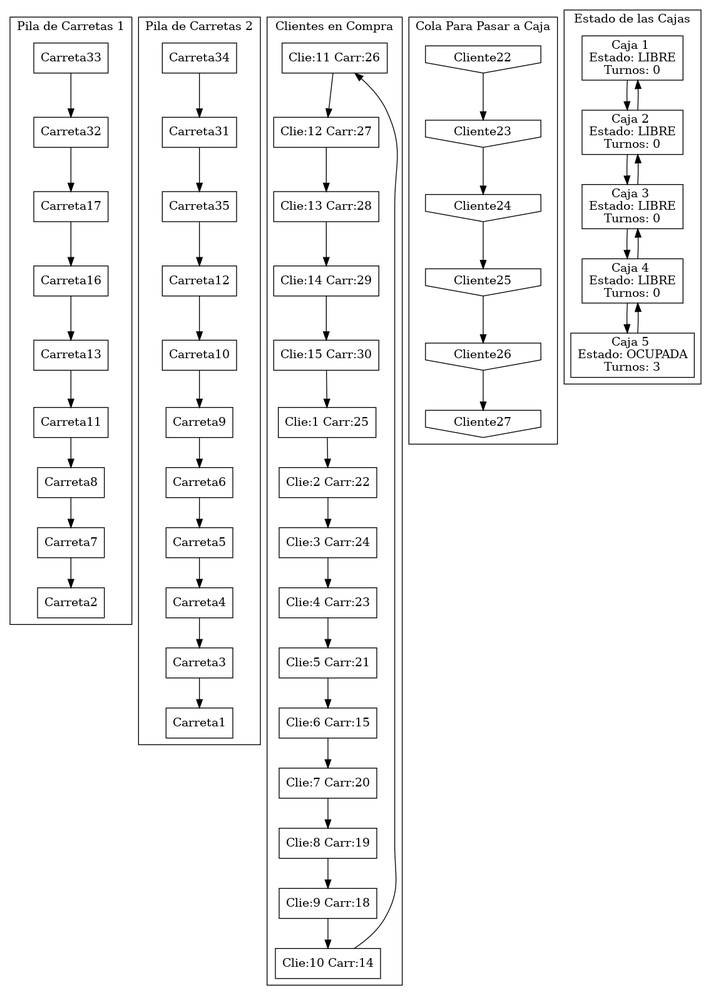
froi0409/SimulacionSupermercado keeps this Graphviz diagram as GraficaSucesos.png. Above is the earlier version. Its source is kept beside it as GraficaSucesos.dot.
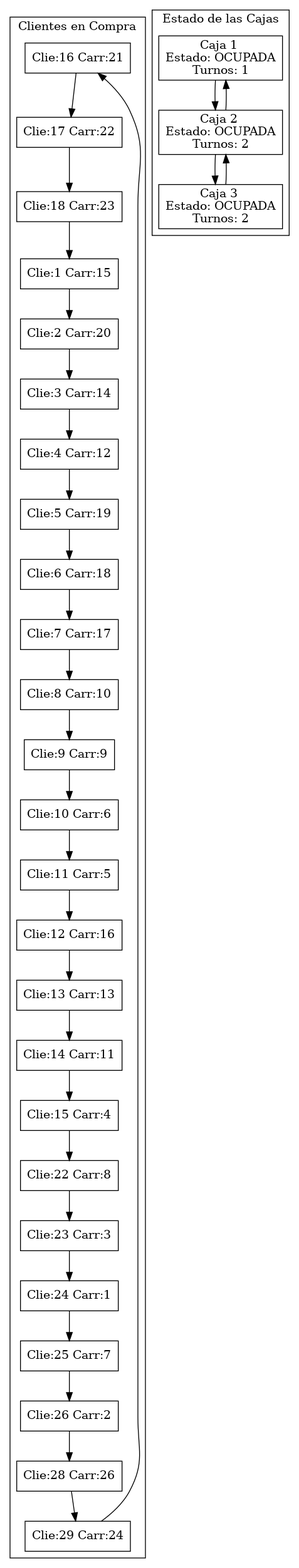
Above is the later version.

Change to the diagram source:
```diff
@@ -6,74 +6,44 @@
 }
 subgraph cluster_pilaCarretas1 {
 node[shape="rectangle"];
-Carreta33;
- Carreta32;
- Carreta17;
- Carreta16;
- Carreta13;
- Carreta11;
- Carreta8;
- Carreta7;
- Carreta2;
- Carreta33 -> Carreta32;
- Carreta32 -> Carreta17;
- Carreta17 -> Carreta16;
- Carreta16 -> Carreta13;
- Carreta13 -> Carreta11;
- Carreta11 -> Carreta8;
- Carreta8 -> Carreta7;
- Carreta7 -> Carreta2;
 
 label="Pila de Carretas 1";
 }
 subgraph cluster_pilaCarretas2 {
 node[shape="rectangle"];
-Carreta34;
- Carreta31;
- Carreta35;
- Carreta12;
- Carreta10;
- Carreta9;
- Carreta6;
- Carreta5;
- Carreta4;
- Carreta3;
- Carreta1;
- Carreta34 -> Carreta31;
- Carreta31 -> Carreta35;
- Carreta35 -> Carreta12;
- Carreta12 -> Carreta10;
- Carreta10 -> Carreta9;
- Carreta9 -> Carreta6;
- Carreta6 -> Carreta5;
- Carreta5 -> Carreta4;
- Carreta4 -> Carreta3;
- Carreta3 -> Carreta1;
 
 label="Pila de Carretas 2";
 }
 subgraph cluster_listaCompras {
 node[shape="rectangle"];
-Cliente11[label="Clie:11 Carr:26"];
-Cliente12[label="Clie:12 Carr:27"];
-Cliente13[label="Clie:13 Carr:28"];
-Cliente14[label="Clie:14 Carr:29"];
-Cliente15[label="Clie:15 Carr:30"];
-Cliente1[label="Clie:1 Carr:25"];
-Cliente2[label="Clie:2 Carr:22"];
-Cliente3[label="Clie:3 Carr:24"];
-Cliente4[label="Clie:4 Carr:23"];
-Cliente5[label="Clie:5 Carr:21"];
-Cliente6[label="Clie:6 Carr:15"];
-Cliente7[label="Clie:7 Carr:20"];
-Cliente8[label="Clie:8 Carr:19"];
-Cliente9[label="Clie:9 Carr:18"];
-Cliente10[label="Clie:10 Carr:14"];
-Cliente11 -> Cliente12;
-Cliente12 -> Cliente13;
-Cliente13 -> Cliente14;
-Cliente14 -> Cliente15;
-Cliente15 -> Cliente1;
+Cliente16[label="Clie:16 Carr:21"];
+Cliente17[label="Clie:17 Carr:22"];
+Cliente18[label="Clie:18 Carr:23"];
+Cliente1[label="Clie:1 Carr:15"];
+Cliente2[label="Clie:2 Carr:20"];
+Cliente3[label="Clie:3 Carr:14"];
+Cliente4[label="Clie:4 Carr:12"];
+Cliente5[label="Clie:5 Carr:19"];
+Cliente6[label="Clie:6 Carr:18"];
+Cliente7[label="Clie:7 Carr:17"];
+Cliente8[label="Clie:8 Carr:10"];
+Cliente9[label="Clie:9 Carr:9"];
+Cliente10[label="Clie:10 Carr:6"];
+Cliente11[label="Clie:11 Carr:5"];
+Cliente12[label="Clie:12 Carr:16"];
+Cliente13[label="Clie:13 Carr:13"];
+Cliente14[label="Clie:14 Carr:11"];
+Cliente15[label="Clie:15 Carr:4"];
+Cliente22[label="Clie:22 Carr:8"];
+Cliente23[label="Clie:23 Carr:3"];
+Cliente24[label="Clie:24 Carr:1"];
+Cliente25[label="Clie:25 Carr:7"];
+Cliente26[label="Clie:26 Carr:2"];
+Cliente28[label="Clie:28 Carr:26"];
+Cliente29[label="Clie:29 Carr:24"];
+Cliente16 -> Cliente17;
+Cliente17 -> Cliente18;
+Cliente18 -> Cliente1;
 Cliente1 -> Cliente2;
 Cliente2 -> Cliente3;
 Cliente3 -> Cliente4;
@@ -84,38 +54,33 @@
 Cliente8 -> Cliente9;
 Cliente9 -> Cliente10;
 Cliente10 -> Cliente11;
+Cliente11 -> Cliente12;
+Cliente12 -> Cliente13;
+Cliente13 -> Cliente14;
+Cliente14 -> Cliente15;
+Cliente15 -> Cliente22;
+Cliente22 -> Cliente23;
+Cliente23 -> Cliente24;
+Cliente24 -> Cliente25;
+Cliente25 -> Cliente26;
+Cliente26 -> Cliente28;
+Cliente28 -> Cliente29;
+Cliente29 -> Cliente16;
 
 label="Clientes en Compra";
 }
 subgraph cluster_colaPagos {
 node[shape="invhouse"];
-Cliente22;
-Cliente23;
-Cliente24;
-Cliente25;
-Cliente26;
-Cliente27;
-Cliente22 -> Cliente23;
-Cliente23 -> Cliente24;
-Cliente24 -> Cliente25;
-Cliente25 -> Cliente26;
-Cliente26 -> Cliente27;
 
 label="Cola Para Pasar a Caja";
 }
 subgraph cluster_listaCajas {
 node[shape="rectangle"];
-Caja1[label="Caja 1 \nEstado: LIBRE\nTurnos: 0"];
-Caja2[label="Caja 2 \nEstado: LIBRE\nTurnos: 0"];
-Caja3[label="Caja 3 \nEstado: LIBRE\nTurnos: 0"];
-Caja4[label="Caja 4 \nEstado: LIBRE\nTurnos: 0"];
-Caja5[label="Caja 5 \nEstado: OCUPADA\nTurnos: 3"];
+Caja1[label="Caja 1 \nEstado: OCUPADA\nTurnos: 1"];
+Caja2[label="Caja 2 \nEstado: OCUPADA\nTurnos: 2"];
+Caja3[label="Caja 3 \nEstado: OCUPADA\nTurnos: 2"];
 Caja1 -> Caja2;
 Caja2 -> Caja3;
-Caja3 -> Caja4;
-Caja4 -> Caja5;
-Caja5 -> Caja4;
-Caja4 -> Caja3;
 Caja3 -> Caja2;
 Caja2 -> Caja1;
 
```
